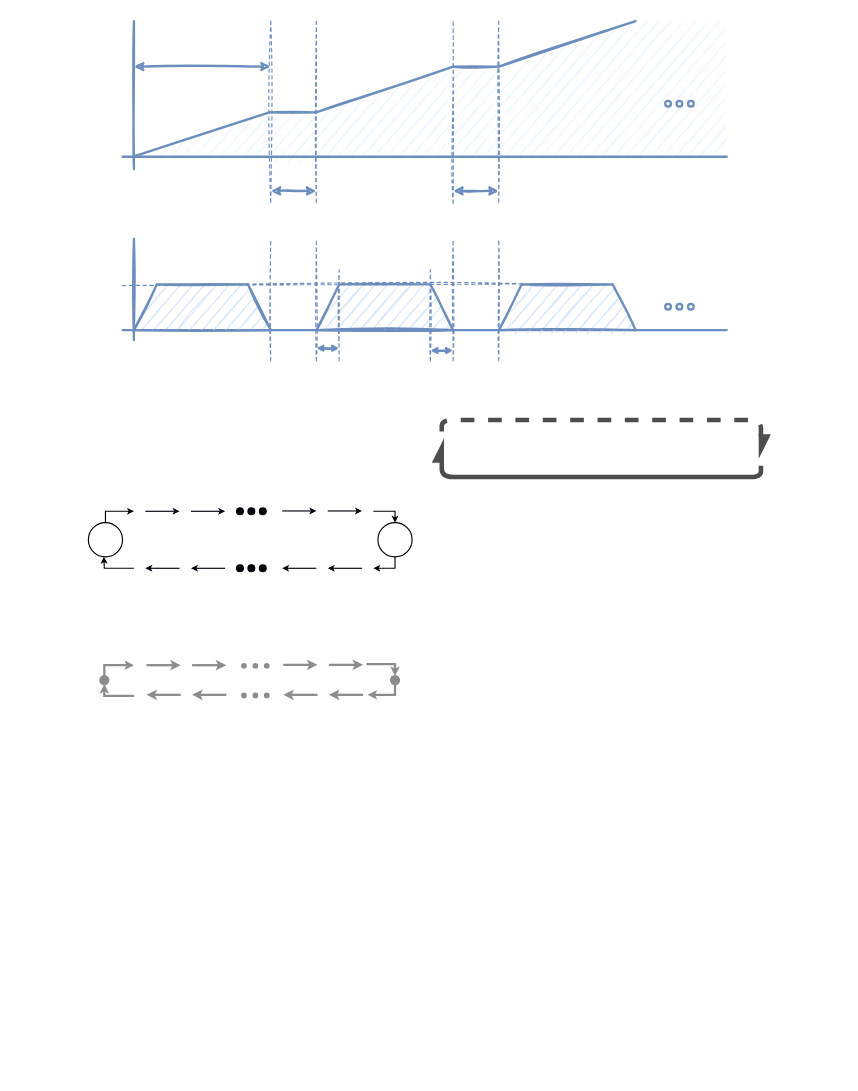
This is Untitled Diagram.drawio from mightyZap25/Manual, a draw.io file, before an edit. Source tidied: cells renumbered, new cells numbered last; positions are measured from the earlier drawing's top-left corner, leaving out a move shared by most shapes. Both pictures are drawn from the tidied source at 114%, with x=0, y=0 at pixel (88, 21).
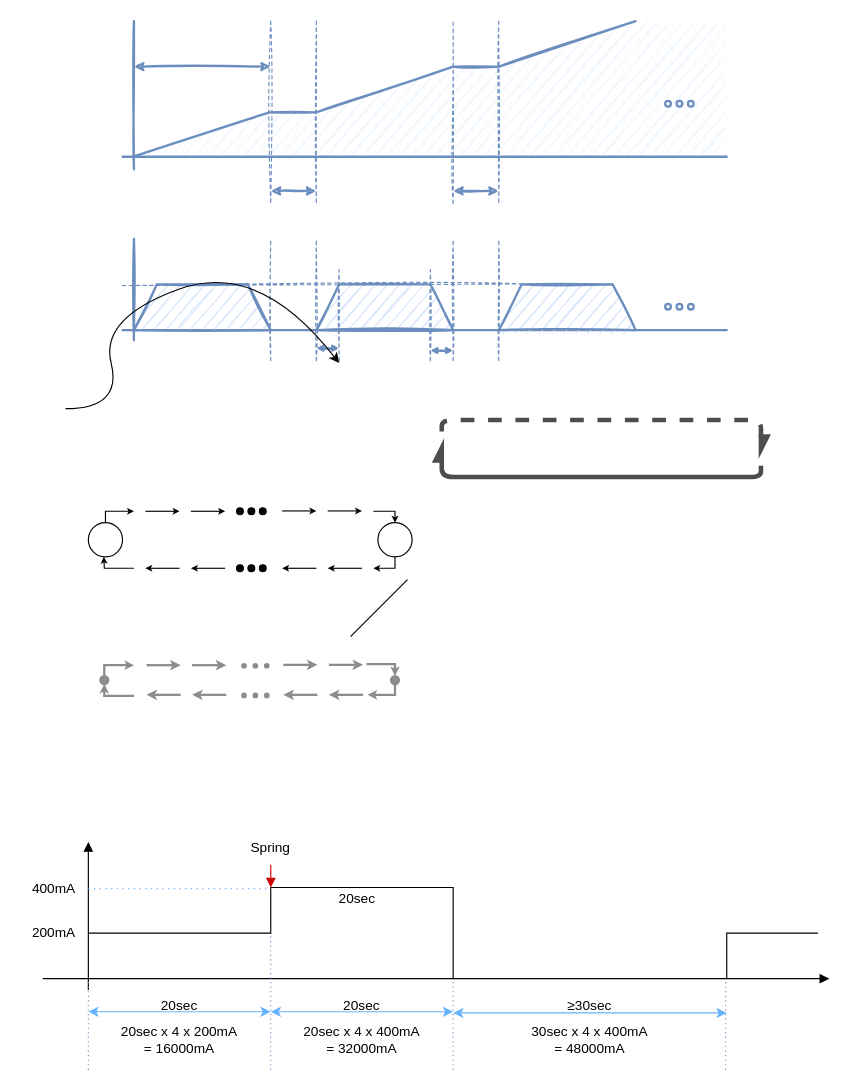
After the change.

What changed in the source:
```diff
@@
+    <mxCell id="84" style="endArrow=none;html=1;rounded=0;" parent="1" edge="1">
+      <mxGeometry relative="1" as="geometry">
+        <mxPoint x="230" y="540" as="sourcePoint" />
+        <mxPoint x="280" y="490" as="targetPoint" />
+      </mxGeometry>
+    </mxCell>
+    <mxCell id="85" style="endArrow=block;html=1;rounded=0;endFill=1;" parent="1" edge="1">
+      <mxGeometry relative="1" as="geometry">
+        <mxPoint x="-40" y="840" as="sourcePoint" />
+        <mxPoint x="650" y="840" as="targetPoint" />
+      </mxGeometry>
+    </mxCell>
+    <mxCell id="86" style="endArrow=block;html=1;rounded=0;endFill=1;" parent="1" edge="1">
+      <mxGeometry relative="1" as="geometry">
+        <mxPoint y="850" as="sourcePoint" />
+        <mxPoint y="720" as="targetPoint" />
+      </mxGeometry>
+    </mxCell>
+    <mxCell id="87" style="endArrow=none;html=1;rounded=0;" parent="1" edge="1">
+      <mxGeometry relative="1" as="geometry">
+        <mxPoint y="800" as="sourcePoint" />
+        <mxPoint x="320" y="840" as="targetPoint" />
+        <Array as="points">
+          <mxPoint x="160" y="800" />
+          <mxPoint x="160" y="760" />
+          <mxPoint x="320" y="760" />
+        </Array>
+      </mxGeometry>
+    </mxCell>
+    <mxCell id="88" value="200mA" style="text;html=1;strokeColor=none;fillColor=none;align=center;verticalAlign=middle;whiteSpace=wrap;rounded=0;sketch=0;" parent="1" vertex="1">
+      <mxGeometry x="-60" y="785" width="60" height="30" as="geometry" />
+    </mxCell>
+    <mxCell id="89" value="400mA" style="text;html=1;strokeColor=none;fillColor=none;align=center;verticalAlign=middle;whiteSpace=wrap;rounded=0;sketch=0;" parent="1" vertex="1">
+      <mxGeometry x="-60" y="746" width="60" height="30" as="geometry" />
+    </mxCell>
+    <mxCell id="90" style="endArrow=none;dashed=1;html=1;dashPattern=1 4;strokeWidth=1;rounded=0;exitX=1;exitY=0.5;exitDx=0;exitDy=0;strokeColor=#66B2FF;" parent="1" edge="1" source="89">
+      <mxGeometry relative="1" as="geometry">
+        <mxPoint x="160" y="761" as="targetPoint" />
+      </mxGeometry>
+    </mxCell>
+    <mxCell id="91" style="edgeStyle=orthogonalEdgeStyle;rounded=0;jettySize=auto;html=1;exitX=0.5;exitY=1;exitDx=0;exitDy=0;endArrow=block;endFill=1;strokeColor=#CC0000;strokeWidth=1;" parent="1" edge="1" source="92">
+      <mxGeometry relative="1" as="geometry">
+        <mxPoint x="160.1" y="760" as="targetPoint" />
+      </mxGeometry>
+    </mxCell>
+    <mxCell id="92" value="Spring" style="text;html=1;strokeColor=none;fillColor=none;align=center;verticalAlign=middle;whiteSpace=wrap;rounded=0;sketch=0;" parent="1" vertex="1">
+      <mxGeometry x="130" y="710" width="60" height="30" as="geometry" />
+    </mxCell>
+    <mxCell id="93" style="endArrow=classic;startArrow=classic;html=1;rounded=0;strokeColor=#66B2FF;strokeWidth=1;" parent="1" edge="1">
+      <mxGeometry relative="1" as="geometry">
+        <mxPoint x="160" y="869" as="sourcePoint" />
+        <mxPoint x="320" y="869" as="targetPoint" />
+      </mxGeometry>
+    </mxCell>
+    <mxCell id="94" value="20sec" style="text;html=1;strokeColor=none;fillColor=none;align=center;verticalAlign=middle;whiteSpace=wrap;rounded=0;sketch=0;" parent="1" vertex="1">
+      <mxGeometry x="205.5" y="755" width="60" height="30" as="geometry" />
+    </mxCell>
+    <mxCell id="95" value="20sec" style="text;html=1;strokeColor=none;fillColor=none;align=center;verticalAlign=middle;whiteSpace=wrap;rounded=0;sketch=0;" parent="1" vertex="1">
+      <mxGeometry x="50" y="849" width="60" height="30" as="geometry" />
+    </mxCell>
+    <mxCell id="96" style="endArrow=classic;startArrow=classic;html=1;rounded=0;strokeColor=#66B2FF;strokeWidth=1;" parent="1" edge="1">
+      <mxGeometry relative="1" as="geometry">
+        <mxPoint y="869" as="sourcePoint" />
+        <mxPoint x="160" y="869" as="targetPoint" />
+      </mxGeometry>
+    </mxCell>
+    <mxCell id="97" value="20sec" style="text;html=1;strokeColor=none;fillColor=none;align=center;verticalAlign=middle;whiteSpace=wrap;rounded=0;sketch=0;" parent="1" vertex="1">
+      <mxGeometry x="210" y="849" width="60" height="30" as="geometry" />
+    </mxCell>
+    <mxCell id="98" style="endArrow=none;dashed=1;html=1;dashPattern=1 3;strokeWidth=1;rounded=0;fillColor=#dae8fc;strokeColor=#6c8ebf;" parent="1" edge="1">
+      <mxGeometry relative="1" as="geometry">
+        <mxPoint x="160" y="920" as="sourcePoint" />
+        <mxPoint x="160" y="800" as="targetPoint" />
+      </mxGeometry>
+    </mxCell>
+    <mxCell id="99" style="endArrow=none;dashed=1;html=1;dashPattern=1 3;strokeWidth=1;rounded=0;fillColor=#dae8fc;strokeColor=#6c8ebf;" parent="1" edge="1">
+      <mxGeometry relative="1" as="geometry">
+        <mxPoint x="320" y="920" as="sourcePoint" />
+        <mxPoint x="320" y="840" as="targetPoint" />
+      </mxGeometry>
+    </mxCell>
+    <mxCell id="100" value="20sec x 4 x 200mA&lt;br&gt;= 16000mA" style="text;html=1;strokeColor=none;fillColor=none;align=center;verticalAlign=middle;whiteSpace=wrap;rounded=0;sketch=0;" parent="1" vertex="1">
+      <mxGeometry y="879" width="160" height="30" as="geometry" />
+    </mxCell>
+    <mxCell id="101" value="20sec x 4 x 400mA&lt;br&gt;= 32000mA" style="text;html=1;strokeColor=none;fillColor=none;align=center;verticalAlign=middle;whiteSpace=wrap;rounded=0;sketch=0;" parent="1" vertex="1">
+      <mxGeometry x="160" y="879" width="160" height="30" as="geometry" />
+    </mxCell>
+    <mxCell id="102" style="endArrow=none;dashed=1;html=1;dashPattern=1 3;strokeWidth=1;rounded=0;fillColor=#dae8fc;strokeColor=#6c8ebf;" parent="1" edge="1">
+      <mxGeometry relative="1" as="geometry">
+        <mxPoint y="920" as="sourcePoint" />
+        <mxPoint y="840" as="targetPoint" />
+      </mxGeometry>
+    </mxCell>
+    <mxCell id="103" style="endArrow=none;html=1;rounded=0;strokeColor=#000000;strokeWidth=1;" parent="1" edge="1">
+      <mxGeometry relative="1" as="geometry">
+        <mxPoint x="560" y="840" as="sourcePoint" />
+        <mxPoint x="640" y="800" as="targetPoint" />
+        <Array as="points">
+          <mxPoint x="560" y="800" />
+        </Array>
+      </mxGeometry>
+    </mxCell>
+    <mxCell id="104" style="endArrow=classic;startArrow=classic;html=1;rounded=0;strokeColor=#66B2FF;strokeWidth=1;" parent="1" edge="1">
+      <mxGeometry relative="1" as="geometry">
+        <mxPoint x="320" y="870" as="sourcePoint" />
+        <mxPoint x="560" y="870" as="targetPoint" />
+      </mxGeometry>
+    </mxCell>
+    <mxCell id="105" style="endArrow=none;dashed=1;html=1;dashPattern=1 3;strokeWidth=1;rounded=0;fillColor=#dae8fc;strokeColor=#6c8ebf;" parent="1" edge="1">
+      <mxGeometry relative="1" as="geometry">
+        <mxPoint x="559" y="920" as="sourcePoint" />
+        <mxPoint x="559" y="840" as="targetPoint" />
+      </mxGeometry>
+    </mxCell>
+    <mxCell id="106" value="30sec x 4 x 400mA&lt;br&gt;= 48000mA" style="text;html=1;strokeColor=none;fillColor=none;align=center;verticalAlign=middle;whiteSpace=wrap;rounded=0;sketch=0;" parent="1" vertex="1">
+      <mxGeometry x="360" y="879" width="160" height="30" as="geometry" />
+    </mxCell>
+    <mxCell id="107" value="≥30sec" style="text;html=1;strokeColor=none;fillColor=none;align=center;verticalAlign=middle;whiteSpace=wrap;rounded=0;sketch=0;" parent="1" vertex="1">
+      <mxGeometry x="410" y="849" width="60" height="30" as="geometry" />
+    </mxCell>
+    <mxCell id="108" style="curved=1;endArrow=classic;html=1;rounded=0;strokeColor=#000000;strokeWidth=1;" parent="1" edge="1">
+      <mxGeometry relative="1" as="geometry">
+        <mxPoint x="-20" y="340" as="sourcePoint" />
+        <mxPoint x="220" y="300" as="targetPoint" />
+        <Array as="points">
+          <mxPoint x="30" y="340" />
+          <mxPoint x="10" y="260" />
+          <mxPoint x="150" y="210" />
+        </Array>
+      </mxGeometry>
+    </mxCell>
```
